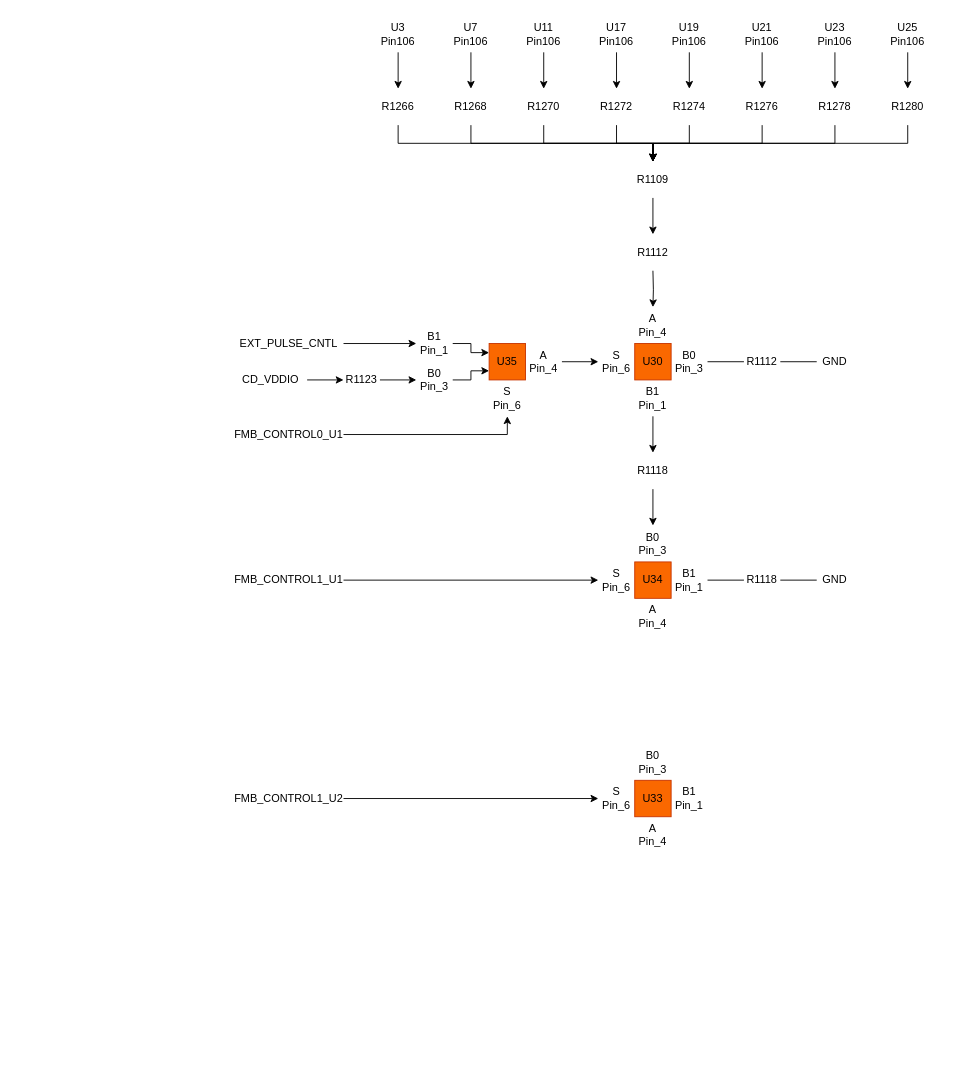
The draw.io diagram AI_QC.drawio in lkebnl/Draw_IO, before the edit. Source tidied: cells renumbered, new cells numbered last; positions are measured from the earlier drawing's top-left corner, leaving out a move shared by most shapes. Both pictures are drawn from the tidied source at 91%, with x=0, y=0 at pixel (234, 15).
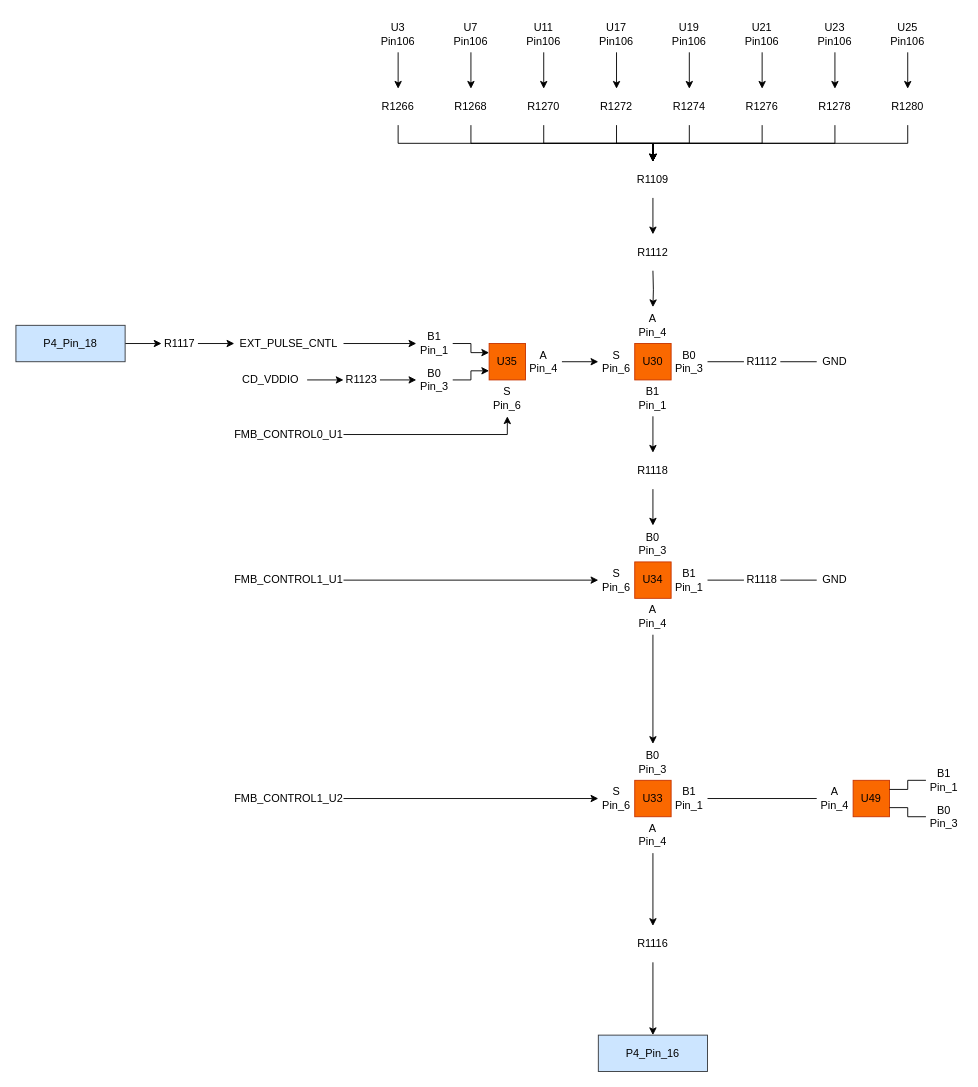
After the change.

The change refers to these unchanged cells:
```xml
<mxCell id="62" value="EXT_&lt;span style=&quot;background-color: transparent; color: light-dark(rgb(0, 0, 0), rgb(255, 255, 255));&quot;&gt;PULSE_&lt;/span&gt;&lt;span style=&quot;background-color: transparent; color: light-dark(rgb(0, 0, 0), rgb(255, 255, 255));&quot;&gt;CNTL&lt;/span&gt;" style="text;html=1;align=center;verticalAlign=middle;whiteSpace=wrap;rounded=0;" parent="1" vertex="1">
  <mxGeometry y="340" width="120" height="40" as="geometry" />
</mxCell>
<mxCell id="66" value="A&lt;div&gt;Pin_4&lt;/div&gt;" style="text;html=1;align=center;verticalAlign=middle;whiteSpace=wrap;rounded=0;" parent="1" vertex="1">
  <mxGeometry x="440" y="640" width="40" height="40" as="geometry" />
</mxCell>
<mxCell id="78" value="&lt;div&gt;B0&lt;/div&gt;Pin_3" style="text;html=1;align=center;verticalAlign=middle;whiteSpace=wrap;rounded=0;" parent="1" vertex="1">
  <mxGeometry x="440" y="800" width="40" height="40" as="geometry" />
</mxCell>
<mxCell id="79" value="B1&lt;div&gt;Pin_1&lt;/div&gt;" style="text;html=1;align=center;verticalAlign=middle;whiteSpace=wrap;rounded=0;" parent="1" vertex="1">
  <mxGeometry x="480" y="840" width="40" height="40" as="geometry" />
</mxCell>
<mxCell id="81" value="A&lt;div&gt;Pin_4&lt;/div&gt;" style="text;html=1;align=center;verticalAlign=middle;whiteSpace=wrap;rounded=0;" parent="1" vertex="1">
  <mxGeometry x="440" y="880" width="40" height="40" as="geometry" />
</mxCell>
```

The edit, as a diff of the source:
```diff
@@
+    <mxCell id="84" style="edgeStyle=orthogonalEdgeStyle;rounded=0;jettySize=auto;html=1;exitX=0.5;exitY=1;exitDx=0;exitDy=0;entryX=0.5;entryY=0;entryDx=0;entryDy=0;" parent="1" edge="1" source="66" target="78">
+      <mxGeometry relative="1" as="geometry" />
+    </mxCell>
@@
+    <mxCell id="85" style="edgeStyle=orthogonalEdgeStyle;rounded=0;jettySize=auto;html=1;exitX=0.5;exitY=1;exitDx=0;exitDy=0;" parent="1" edge="1" source="81" target="94">
+      <mxGeometry relative="1" as="geometry" />
+    </mxCell>
@@
+    <mxCell id="86" value="U49" style="text;html=1;align=center;verticalAlign=middle;whiteSpace=wrap;rounded=0;fillColor=#fa6800;fontColor=#000000;strokeColor=#C73500;" parent="1" vertex="1">
+      <mxGeometry x="680" y="840" width="40" height="40" as="geometry" />
+    </mxCell>
+    <mxCell id="87" style="edgeStyle=orthogonalEdgeStyle;rounded=0;jettySize=auto;html=1;exitX=0;exitY=0.5;exitDx=0;exitDy=0;entryX=1;entryY=0.5;entryDx=0;entryDy=0;endArrow=none;endFill=0;" parent="1" edge="1" source="88" target="79">
+      <mxGeometry relative="1" as="geometry" />
+    </mxCell>
+    <mxCell id="88" value="A&lt;div&gt;Pin_4&lt;/div&gt;" style="text;html=1;align=center;verticalAlign=middle;whiteSpace=wrap;rounded=0;" parent="1" vertex="1">
+      <mxGeometry x="640" y="840" width="40" height="40" as="geometry" />
+    </mxCell>
+    <mxCell id="89" style="edgeStyle=orthogonalEdgeStyle;rounded=0;jettySize=auto;html=1;exitX=0;exitY=0.5;exitDx=0;exitDy=0;entryX=1;entryY=0.75;entryDx=0;entryDy=0;endArrow=none;endFill=0;" parent="1" edge="1" source="90" target="86">
+      <mxGeometry relative="1" as="geometry" />
+    </mxCell>
+    <mxCell id="90" value="B0&lt;div&gt;Pin_3&lt;/div&gt;" style="text;html=1;align=center;verticalAlign=middle;whiteSpace=wrap;rounded=0;" parent="1" vertex="1">
+      <mxGeometry x="760" y="860" width="40" height="40" as="geometry" />
+    </mxCell>
+    <mxCell id="91" style="edgeStyle=orthogonalEdgeStyle;rounded=0;jettySize=auto;html=1;exitX=0;exitY=0.5;exitDx=0;exitDy=0;entryX=1;entryY=0.25;entryDx=0;entryDy=0;endArrow=none;endFill=0;" parent="1" edge="1" source="92" target="86">
+      <mxGeometry relative="1" as="geometry" />
+    </mxCell>
+    <mxCell id="92" value="B1&lt;div&gt;Pin_1&lt;/div&gt;" style="text;html=1;align=center;verticalAlign=middle;whiteSpace=wrap;rounded=0;" parent="1" vertex="1">
+      <mxGeometry x="760" y="820" width="40" height="40" as="geometry" />
+    </mxCell>
+    <mxCell id="93" style="edgeStyle=orthogonalEdgeStyle;rounded=0;jettySize=auto;html=1;exitX=0.5;exitY=1;exitDx=0;exitDy=0;entryX=0.5;entryY=0;entryDx=0;entryDy=0;" parent="1" edge="1" source="94" target="97">
+      <mxGeometry relative="1" as="geometry" />
+    </mxCell>
+    <mxCell id="94" value="R1116" style="text;html=1;align=center;verticalAlign=middle;whiteSpace=wrap;rounded=0;" parent="1" vertex="1">
+      <mxGeometry x="440" y="1000" width="40" height="40" as="geometry" />
+    </mxCell>
+    <mxCell id="95" style="edgeStyle=orthogonalEdgeStyle;rounded=0;jettySize=auto;html=1;exitX=1;exitY=0.5;exitDx=0;exitDy=0;entryX=0;entryY=0.5;entryDx=0;entryDy=0;" parent="1" edge="1" source="96" target="62">
+      <mxGeometry relative="1" as="geometry" />
+    </mxCell>
+    <mxCell id="96" value="R1117" style="text;html=1;align=center;verticalAlign=middle;whiteSpace=wrap;rounded=0;" parent="1" vertex="1">
+      <mxGeometry x="-80" y="340" width="40" height="40" as="geometry" />
+    </mxCell>
+    <mxCell id="97" value="P4_Pin_16" style="text;html=1;align=center;verticalAlign=middle;whiteSpace=wrap;rounded=0;fillColor=#cce5ff;strokeColor=#36393d;" parent="1" vertex="1">
+      <mxGeometry x="400" y="1120" width="120" height="40" as="geometry" />
+    </mxCell>
+    <mxCell id="98" style="edgeStyle=orthogonalEdgeStyle;rounded=0;jettySize=auto;html=1;exitX=1;exitY=0.5;exitDx=0;exitDy=0;entryX=0;entryY=0.5;entryDx=0;entryDy=0;" parent="1" edge="1" source="99" target="96">
+      <mxGeometry relative="1" as="geometry" />
+    </mxCell>
+    <mxCell id="99" value="P4_Pin_18" style="text;html=1;align=center;verticalAlign=middle;whiteSpace=wrap;rounded=0;fillColor=#cce5ff;strokeColor=#36393d;" parent="1" vertex="1">
+      <mxGeometry x="-240" y="340" width="120" height="40" as="geometry" />
+    </mxCell>
```
